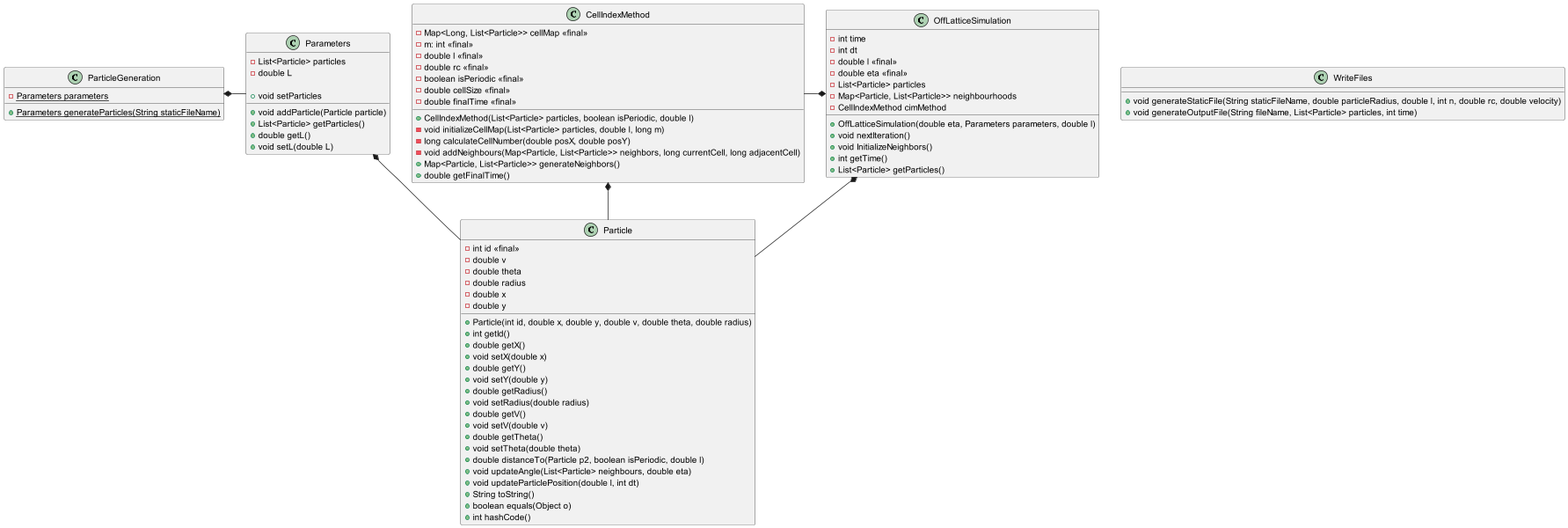
Above: TP2/docs/UML/main.png in lucasfleischer07/TPs-SS (PlantUML), before the change.
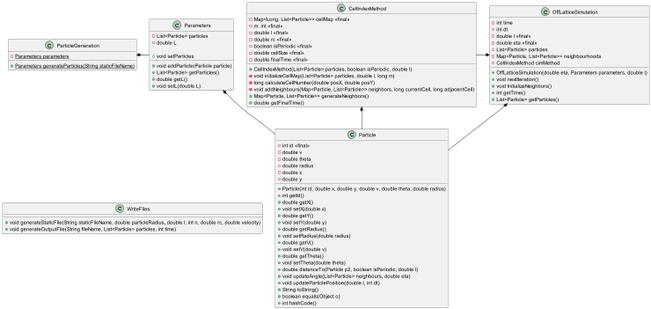
Above is the later version.

Commit message:
Defining relative position in UML

Change to the diagram source:
```diff
@@ -11,5 +11,6 @@
 OffLatticeSimulation *--Particle
 OffLatticeSimulation *-left CellIndexMethod
 Parameters -up* ParticleGeneration
+WriteFiles -right[hidden]> Particle
 
 @enduml
```
